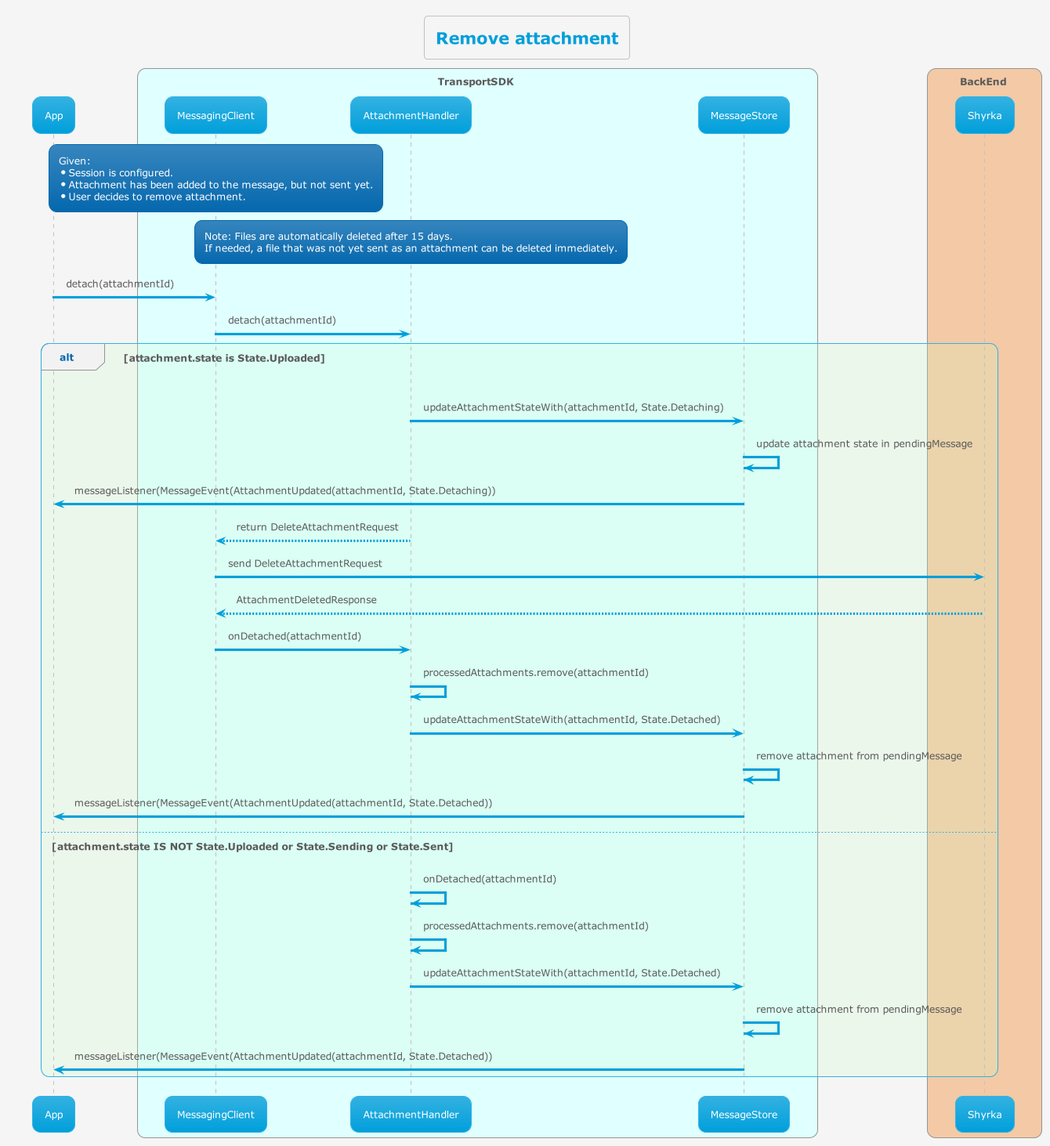
This is transport/uml/scp/remove_attachment-Remove_attachment.png from MyPureCloud/genesys-messenger-transport-mobile-sdk, a PlantUML export, as it was before one commit. The source it was exported from:
```plantuml
@startuml

!theme bluegray
!pragma teoz true

!Backend  = "f4a46088"
!$OKAlt  = "c9ffc933"
!$Error = "ffaaff33"

skinparam backgroundColor #whitesmoke
title Remove attachment

participant App
box TransportSDK #lightcyan
participant MessagingClient
participant AttachmentHandler
participant MessageStore
end box
box BackEnd #Backend
participant Shyrka
end box


rnote over MessagingClient
  Given:
  * Session is configured.
  * Attachment has been added to the message, but not sent yet.
  * User decides to remove attachment.
end rnote
rnote over AttachmentHandler
  Note: Files are automatically deleted after 15 days.
  If needed, a file that was not yet sent as an attachment can be deleted immediately.
end rnote
App -> MessagingClient : detach(attachmentId)
MessagingClient -> AttachmentHandler : detach(attachmentId)
alt #$OKAlt attachment.state is State.Uploaded
AttachmentHandler -> MessageStore : updateAttachmentStateWith(attachmentId, State.Detaching)
MessageStore -> MessageStore : update attachment state in pendingMessage
MessageStore -> App : messageListener(MessageEvent(AttachmentUpdated(attachmentId, State.Detaching))
AttachmentHandler --> MessagingClient : return DeleteAttachmentRequest
MessagingClient -> Shyrka : send DeleteAttachmentRequest
Shyrka --> MessagingClient : AttachmentDeletedResponse
MessagingClient -> AttachmentHandler : onDetached(attachmentId)
AttachmentHandler -> AttachmentHandler : processedAttachments.remove(attachmentId)
AttachmentHandler -> MessageStore : updateAttachmentStateWith(attachmentId, State.Detached)
MessageStore -> MessageStore : remove attachment from pendingMessage
MessageStore -> App : messageListener(MessageEvent(AttachmentUpdated(attachmentId, State.Detached))
else attachment.state IS NOT State.Uploaded or State.Sending or State.Sent
AttachmentHandler -> AttachmentHandler : onDetached(attachmentId)
AttachmentHandler -> AttachmentHandler : processedAttachments.remove(attachmentId)
AttachmentHandler -> MessageStore : updateAttachmentStateWith(attachmentId, State.Detached)
MessageStore -> MessageStore : remove attachment from pendingMessage
MessageStore -> App : messageListener(MessageEvent(AttachmentUpdated(attachmentId, State.Detached))
@enduml
```
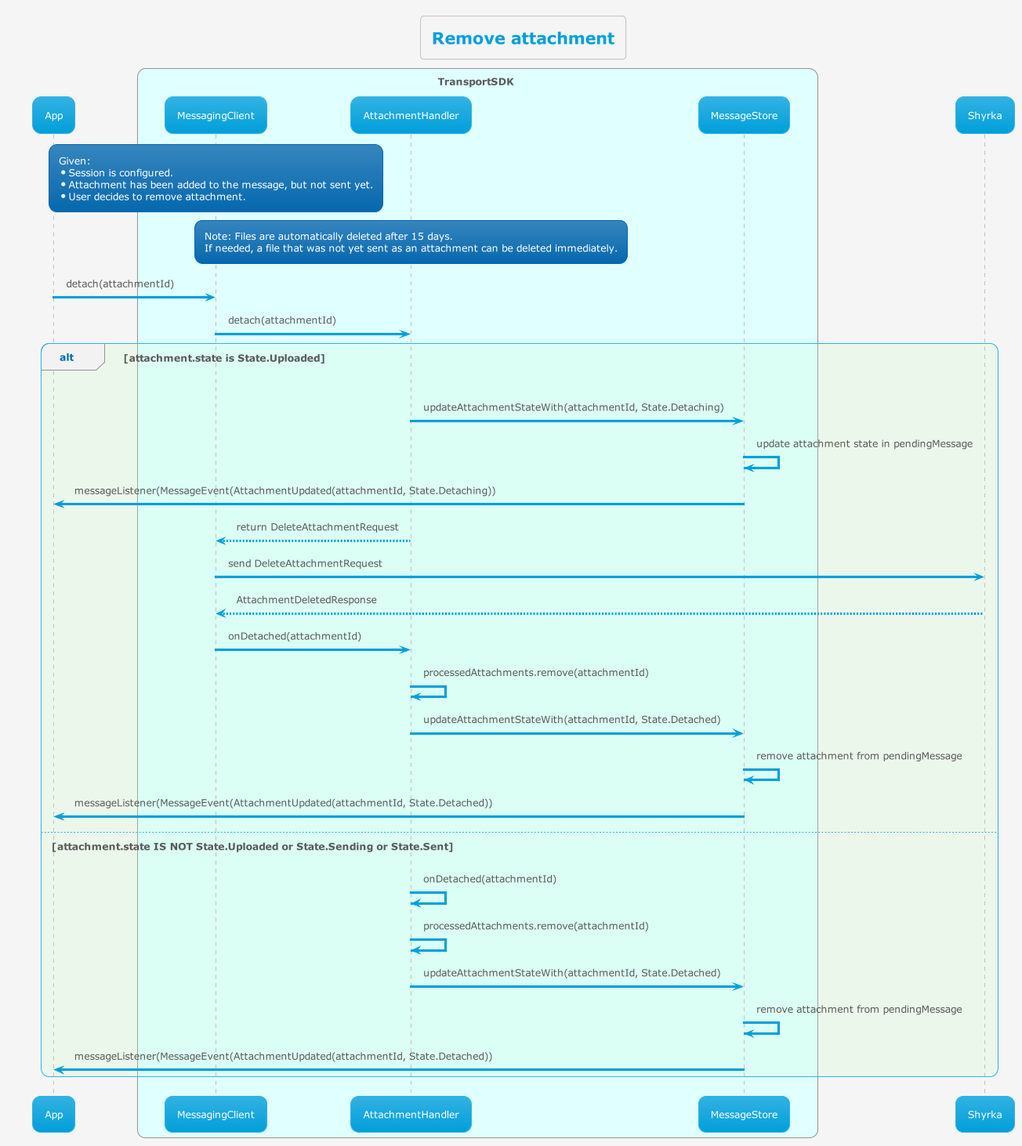
After the commit.

Commit message:
MTSDK-250 Remove attachment diagram

- Add remove attachment diagram flow.

The edit, as a diff of the source:
```diff
@@ -5,7 +5,6 @@
 
 !Backend  = "f4a46088"
 !$OKAlt  = "c9ffc933"
-!$Error = "ffaaff33"
 
 skinparam backgroundColor #whitesmoke
 title Remove attachment
@@ -16,9 +15,7 @@
 participant AttachmentHandler
 participant MessageStore
 end box
-box BackEnd #Backend
 participant Shyrka
-end box
 
 
 rnote over MessagingClient
```
